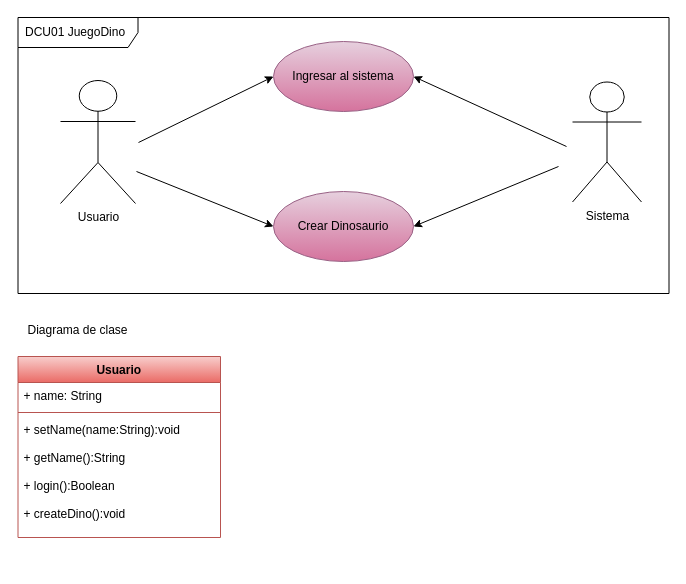
keyaru18/NoteBook keeps this draw.io diagram as page "Página-2" (2 of 2) of prjClassJava/design/UseCase.drawio. Above is the earlier version. Source tidied: cells renumbered, new cells numbered last; positions are measured from the earlier drawing's top-left corner, leaving out a move shared by most shapes. Both pictures are drawn from the tidied source at 100%, with x=0, y=0 at pixel (18, 17).
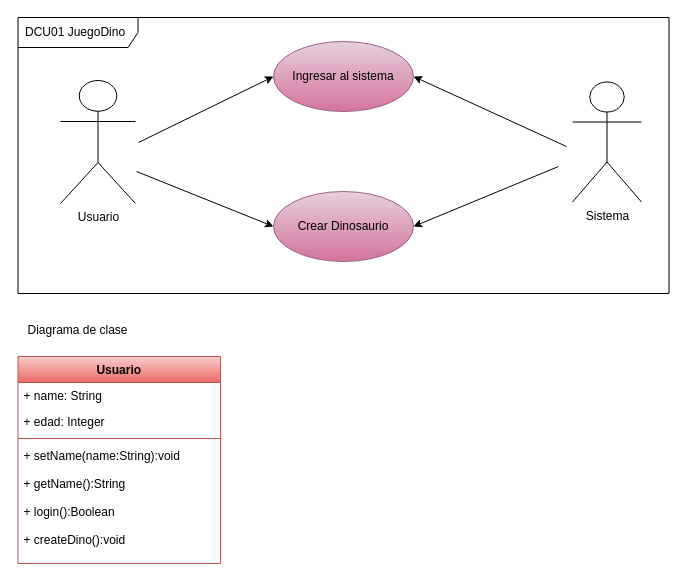
The same diagram, later.

Change to the diagram source:
```diff
@@
 <mxGraphModel>
   <root>
     <mxCell id="0" />
     <mxCell id="1" parent="0" />
     <mxCell id="2" style="edgeStyle=none;html=1;entryX=0;entryY=0.5;entryDx=0;entryDy=0;" parent="1" edge="1" target="5">
       <mxGeometry relative="1" as="geometry">
         <mxPoint x="120" y="125" as="sourcePoint" />
       </mxGeometry>
     </mxCell>
     <mxCell id="3" style="edgeStyle=none;html=1;entryX=0;entryY=0.5;entryDx=0;entryDy=0;" parent="1" edge="1" target="6">
       <mxGeometry relative="1" as="geometry">
         <mxPoint x="118" y="154" as="sourcePoint" />
       </mxGeometry>
     </mxCell>
     <mxCell id="4" value="Usuario" style="shape=umlActor;verticalLabelPosition=bottom;verticalAlign=top;html=1;" parent="1" vertex="1">
       <mxGeometry x="42" y="63" width="75" height="123" as="geometry" />
     </mxCell>
     <mxCell id="5" value="Ingresar al sistema" style="ellipse;whiteSpace=wrap;html=1;fillColor=#e6d0de;strokeColor=#996185;gradientColor=#d5739d;" parent="1" vertex="1">
       <mxGeometry x="255" y="24" width="140" height="70" as="geometry" />
     </mxCell>
     <mxCell id="6" value="Crear Dinosaurio" style="ellipse;whiteSpace=wrap;html=1;fillColor=#e6d0de;strokeColor=#996185;gradientColor=#d5739d;" parent="1" vertex="1">
       <mxGeometry x="255" y="174" width="140" height="70" as="geometry" />
     </mxCell>
     <mxCell id="7" style="edgeStyle=none;html=1;entryX=1;entryY=0.5;entryDx=0;entryDy=0;" parent="1" edge="1" target="5">
       <mxGeometry relative="1" as="geometry">
         <mxPoint x="548" y="129" as="sourcePoint" />
       </mxGeometry>
     </mxCell>
     <mxCell id="8" style="edgeStyle=none;html=1;entryX=1;entryY=0.5;entryDx=0;entryDy=0;" parent="1" edge="1" target="6">
       <mxGeometry relative="1" as="geometry">
         <mxPoint x="540" y="149" as="sourcePoint" />
       </mxGeometry>
     </mxCell>
     <mxCell id="9" value="Sistema" style="shape=umlActor;verticalLabelPosition=bottom;verticalAlign=top;html=1;" parent="1" vertex="1">
       <mxGeometry x="554" y="64.5" width="69" height="120" as="geometry" />
     </mxCell>
     <mxCell id="10" value="DCU01 JuegoDino" style="shape=umlFrame;whiteSpace=wrap;html=1;width=120;height=30;boundedLbl=1;verticalAlign=middle;align=left;spacingLeft=5;" parent="1" vertex="1">
       <mxGeometry x="-0.5" width="651" height="276" as="geometry" />
     </mxCell>
     <mxCell id="11" value="Usuario" style="swimlane;fontStyle=1;align=center;verticalAlign=top;horizontal=1;startSize=26;fillColor=#f8cecc;gradientColor=#ea6b66;strokeColor=#b85450;" parent="1" vertex="1">
-      <mxGeometry x="-0.5" y="339" width="202.5" height="181" as="geometry" />
+      <mxGeometry x="-0.5" y="339" width="202.5" height="207" as="geometry" />
     </mxCell>
     <mxCell id="12" value="+ name: String" style="text;strokeColor=none;fillColor=none;align=left;verticalAlign=top;spacingLeft=4;spacingRight=4;overflow=hidden;" parent="11" vertex="1">
       <mxGeometry y="26" width="202.5" height="26" as="geometry" />
     </mxCell>
+    <mxCell id="16" value="+ edad: Integer" style="text;strokeColor=none;fillColor=none;align=left;verticalAlign=top;spacingLeft=4;spacingRight=4;overflow=hidden;" parent="11" vertex="1">
+      <mxGeometry y="52" width="202.5" height="26" as="geometry" />
+    </mxCell>
     <mxCell id="13" style="line;strokeWidth=1;fillColor=none;align=left;verticalAlign=middle;spacingTop=-1;spacingLeft=3;spacingRight=3;labelPosition=right;strokeColor=inherit;" parent="11" vertex="1">
-      <mxGeometry y="52" width="202.5" height="8" as="geometry" />
+      <mxGeometry y="78" width="202.5" height="8" as="geometry" />
     </mxCell>
     <mxCell id="14" value="+ setName(name:String):void&#10;&#10;+ getName():String&#10;&#10;+ login():Boolean&#10;&#10;+ createDino():void" style="text;strokeColor=none;fillColor=none;align=left;verticalAlign=top;spacingLeft=4;spacingRight=4;overflow=hidden;" parent="11" vertex="1">
-      <mxGeometry y="60" width="202.5" height="121" as="geometry" />
+      <mxGeometry y="86" width="202.5" height="121" as="geometry" />
     </mxCell>
     <mxCell id="15" value="Diagrama de clase" style="text;html=1;align=center;verticalAlign=middle;strokeColor=none;fillColor=none;" parent="1" vertex="1">
       <mxGeometry x="-0.5" y="300" width="118" height="26" as="geometry" />
     </mxCell>
   </root>
 </mxGraphModel>
```
